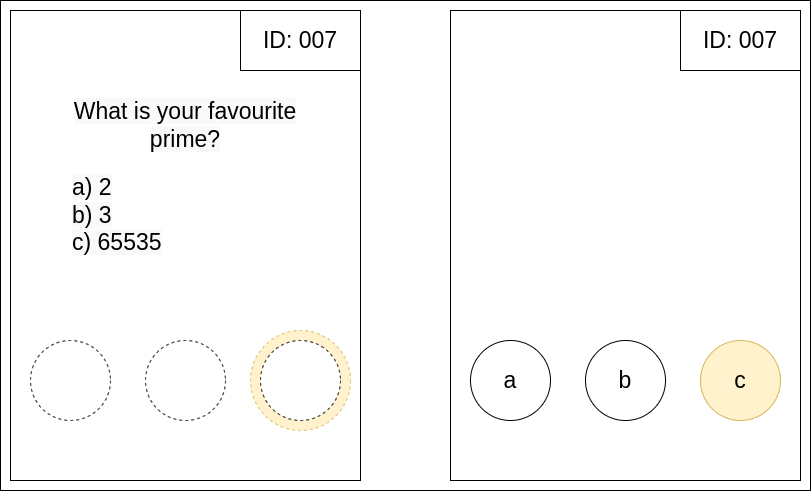
Before: punchscan/resources/high_level_ballot_voted_split.drawio.png, a diagram exported from draw.io (Lavode/41506-seminar-cryptography-and-data-security). Source tidied: cells renumbered, new cells last; positions are measured from the earlier drawing's top-left corner, leaving out a move shared by most shapes.
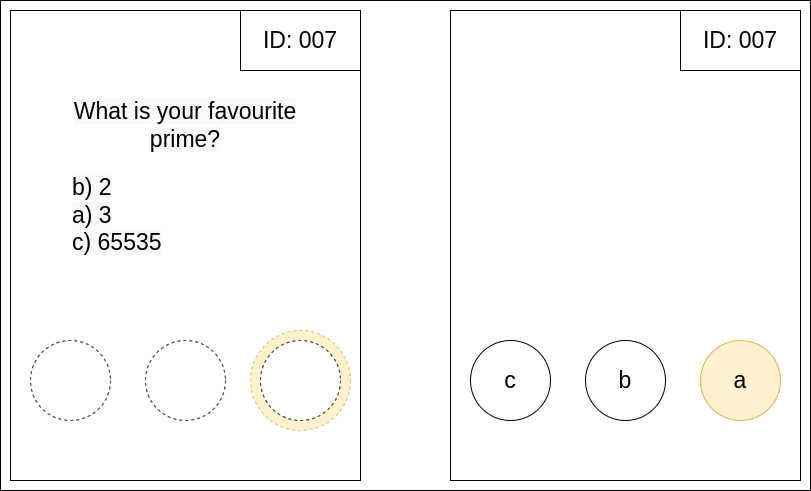
After the commit.

Commit message:
Minor changes to example ballot and notation.

What changed in the source:
```diff
@@ -26,7 +26,7 @@
     <mxCell id="9" style="ellipse;whiteSpace=wrap;html=1;fontSize=23;dashed=1;" parent="3" vertex="1">
       <mxGeometry x="250" y="330" width="80" height="80" as="geometry" />
     </mxCell>
-    <mxCell id="10" value="&lt;span style=&quot;color: rgb(0, 0, 0); font-family: Helvetica; font-size: 23px; font-style: normal; font-variant-ligatures: normal; font-variant-caps: normal; font-weight: 400; letter-spacing: normal; orphans: 2; text-indent: 0px; text-transform: none; widows: 2; word-spacing: 0px; -webkit-text-stroke-width: 0px; background-color: rgb(248, 249, 250); text-decoration-thickness: initial; text-decoration-style: initial; text-decoration-color: initial; float: none; display: inline !important;&quot;&gt;a) 2&lt;/span&gt;&lt;br style=&quot;color: rgb(0, 0, 0); font-family: Helvetica; font-size: 23px; font-style: normal; font-variant-ligatures: normal; font-variant-caps: normal; font-weight: 400; letter-spacing: normal; orphans: 2; text-indent: 0px; text-transform: none; widows: 2; word-spacing: 0px; -webkit-text-stroke-width: 0px; background-color: rgb(248, 249, 250); text-decoration-thickness: initial; text-decoration-style: initial; text-decoration-color: initial;&quot;&gt;&lt;span style=&quot;color: rgb(0, 0, 0); font-family: Helvetica; font-size: 23px; font-style: normal; font-variant-ligatures: normal; font-variant-caps: normal; font-weight: 400; letter-spacing: normal; orphans: 2; text-indent: 0px; text-transform: none; widows: 2; word-spacing: 0px; -webkit-text-stroke-width: 0px; background-color: rgb(248, 249, 250); text-decoration-thickness: initial; text-decoration-style: initial; text-decoration-color: initial; float: none; display: inline !important;&quot;&gt;b) 3&lt;/span&gt;&lt;br style=&quot;color: rgb(0, 0, 0); font-family: Helvetica; font-size: 23px; font-style: normal; font-variant-ligatures: normal; font-variant-caps: normal; font-weight: 400; letter-spacing: normal; orphans: 2; text-indent: 0px; text-transform: none; widows: 2; word-spacing: 0px; -webkit-text-stroke-width: 0px; background-color: rgb(248, 249, 250); text-decoration-thickness: initial; text-decoration-style: initial; text-decoration-color: initial;&quot;&gt;&lt;span style=&quot;color: rgb(0, 0, 0); font-family: Helvetica; font-size: 23px; font-style: normal; font-variant-ligatures: normal; font-variant-caps: normal; font-weight: 400; letter-spacing: normal; orphans: 2; text-indent: 0px; text-transform: none; widows: 2; word-spacing: 0px; -webkit-text-stroke-width: 0px; background-color: rgb(248, 249, 250); text-decoration-thickness: initial; text-decoration-style: initial; text-decoration-color: initial; float: none; display: inline !important;&quot;&gt;c) 65535&lt;/span&gt;" style="text;html=1;strokeColor=none;fillColor=none;align=left;verticalAlign=middle;whiteSpace=wrap;rounded=0;fontSize=23;" parent="3" vertex="1">
+    <mxCell id="10" value="&lt;span style=&quot;color: rgb(0, 0, 0); font-family: Helvetica; font-size: 23px; font-style: normal; font-variant-ligatures: normal; font-variant-caps: normal; font-weight: 400; letter-spacing: normal; orphans: 2; text-indent: 0px; text-transform: none; widows: 2; word-spacing: 0px; -webkit-text-stroke-width: 0px; background-color: rgb(248, 249, 250); text-decoration-thickness: initial; text-decoration-style: initial; text-decoration-color: initial; float: none; display: inline !important;&quot;&gt;b) 2&lt;/span&gt;&lt;br style=&quot;color: rgb(0, 0, 0); font-family: Helvetica; font-size: 23px; font-style: normal; font-variant-ligatures: normal; font-variant-caps: normal; font-weight: 400; letter-spacing: normal; orphans: 2; text-indent: 0px; text-transform: none; widows: 2; word-spacing: 0px; -webkit-text-stroke-width: 0px; background-color: rgb(248, 249, 250); text-decoration-thickness: initial; text-decoration-style: initial; text-decoration-color: initial;&quot;&gt;&lt;span style=&quot;color: rgb(0, 0, 0); font-family: Helvetica; font-size: 23px; font-style: normal; font-variant-ligatures: normal; font-variant-caps: normal; font-weight: 400; letter-spacing: normal; orphans: 2; text-indent: 0px; text-transform: none; widows: 2; word-spacing: 0px; -webkit-text-stroke-width: 0px; background-color: rgb(248, 249, 250); text-decoration-thickness: initial; text-decoration-style: initial; text-decoration-color: initial; float: none; display: inline !important;&quot;&gt;a) 3&lt;/span&gt;&lt;br style=&quot;color: rgb(0, 0, 0); font-family: Helvetica; font-size: 23px; font-style: normal; font-variant-ligatures: normal; font-variant-caps: normal; font-weight: 400; letter-spacing: normal; orphans: 2; text-indent: 0px; text-transform: none; widows: 2; word-spacing: 0px; -webkit-text-stroke-width: 0px; background-color: rgb(248, 249, 250); text-decoration-thickness: initial; text-decoration-style: initial; text-decoration-color: initial;&quot;&gt;&lt;span style=&quot;color: rgb(0, 0, 0); font-family: Helvetica; font-size: 23px; font-style: normal; font-variant-ligatures: normal; font-variant-caps: normal; font-weight: 400; letter-spacing: normal; orphans: 2; text-indent: 0px; text-transform: none; widows: 2; word-spacing: 0px; -webkit-text-stroke-width: 0px; background-color: rgb(248, 249, 250); text-decoration-thickness: initial; text-decoration-style: initial; text-decoration-color: initial; float: none; display: inline !important;&quot;&gt;c) 65535&lt;/span&gt;" style="text;html=1;strokeColor=none;fillColor=none;align=left;verticalAlign=middle;whiteSpace=wrap;rounded=0;fontSize=23;" parent="3" vertex="1">
       <mxGeometry x="60" y="160" width="230" height="90" as="geometry" />
     </mxCell>
     <mxCell id="11" value="&lt;span style=&quot;color: rgb(0, 0, 0); font-family: Helvetica; font-size: 23px; font-style: normal; font-variant-ligatures: normal; font-variant-caps: normal; font-weight: 400; letter-spacing: normal; orphans: 2; text-align: center; text-indent: 0px; text-transform: none; widows: 2; word-spacing: 0px; -webkit-text-stroke-width: 0px; background-color: rgb(248, 249, 250); text-decoration-thickness: initial; text-decoration-style: initial; text-decoration-color: initial; float: none; display: inline !important;&quot;&gt;What is your favourite prime?&lt;/span&gt;" style="text;html=1;strokeColor=none;fillColor=none;align=center;verticalAlign=middle;whiteSpace=wrap;rounded=0;fontSize=23;" parent="3" vertex="1">
@@ -41,13 +41,13 @@
     <mxCell id="14" value="ID: 007" style="rounded=0;whiteSpace=wrap;html=1;fontSize=23;" parent="12" vertex="1">
       <mxGeometry x="230" width="120" height="60" as="geometry" />
     </mxCell>
-    <mxCell id="15" value="a" style="ellipse;whiteSpace=wrap;html=1;fontSize=23;" parent="12" vertex="1">
+    <mxCell id="15" value="c" style="ellipse;whiteSpace=wrap;html=1;fontSize=23;" parent="12" vertex="1">
       <mxGeometry x="20" y="330" width="80" height="80" as="geometry" />
     </mxCell>
     <mxCell id="16" value="b" style="ellipse;whiteSpace=wrap;html=1;fontSize=23;" parent="12" vertex="1">
       <mxGeometry x="135" y="330" width="80" height="80" as="geometry" />
     </mxCell>
-    <mxCell id="17" value="c" style="ellipse;whiteSpace=wrap;html=1;fontSize=23;fillColor=#fff2cc;strokeColor=#d6b656;" parent="12" vertex="1">
+    <mxCell id="17" value="a" style="ellipse;whiteSpace=wrap;html=1;fontSize=23;fillColor=#fff2cc;strokeColor=#d6b656;" parent="12" vertex="1">
       <mxGeometry x="250" y="330" width="80" height="80" as="geometry" />
     </mxCell>
   </root>
```
